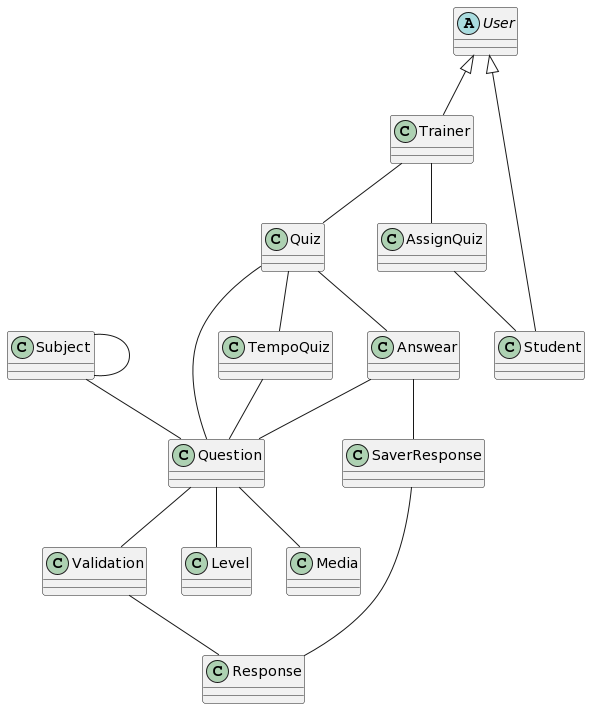
Before: class.png, a diagram exported from PlantUML (aymane-smi/YouQuiz). Its diagram source:
```plantuml
@startuml
class Quiz{}
class Subject{}
class Trainer extends User{}
class Question{}
class Answear{}
abstract class User{}
class Student extends User{}
class Validation{}
class Response{}
class Level{}
class Media{}
class SaverResponse{}
class TempoQuiz{}
class AssignQuiz{}

Quiz -- Question
Subject -- Subject
AssignQuiz -- Student
Quiz -- Answear
Answear -- Question
Question -- Validation
Validation -- Response
Question -- Media
Question -- Level
Quiz -- TempoQuiz
TempoQuiz -- Question
Trainer -- Quiz
Trainer -- AssignQuiz
Answear -- SaverResponse
SaverResponse -- Response
Subject -- Question
@enduml
```
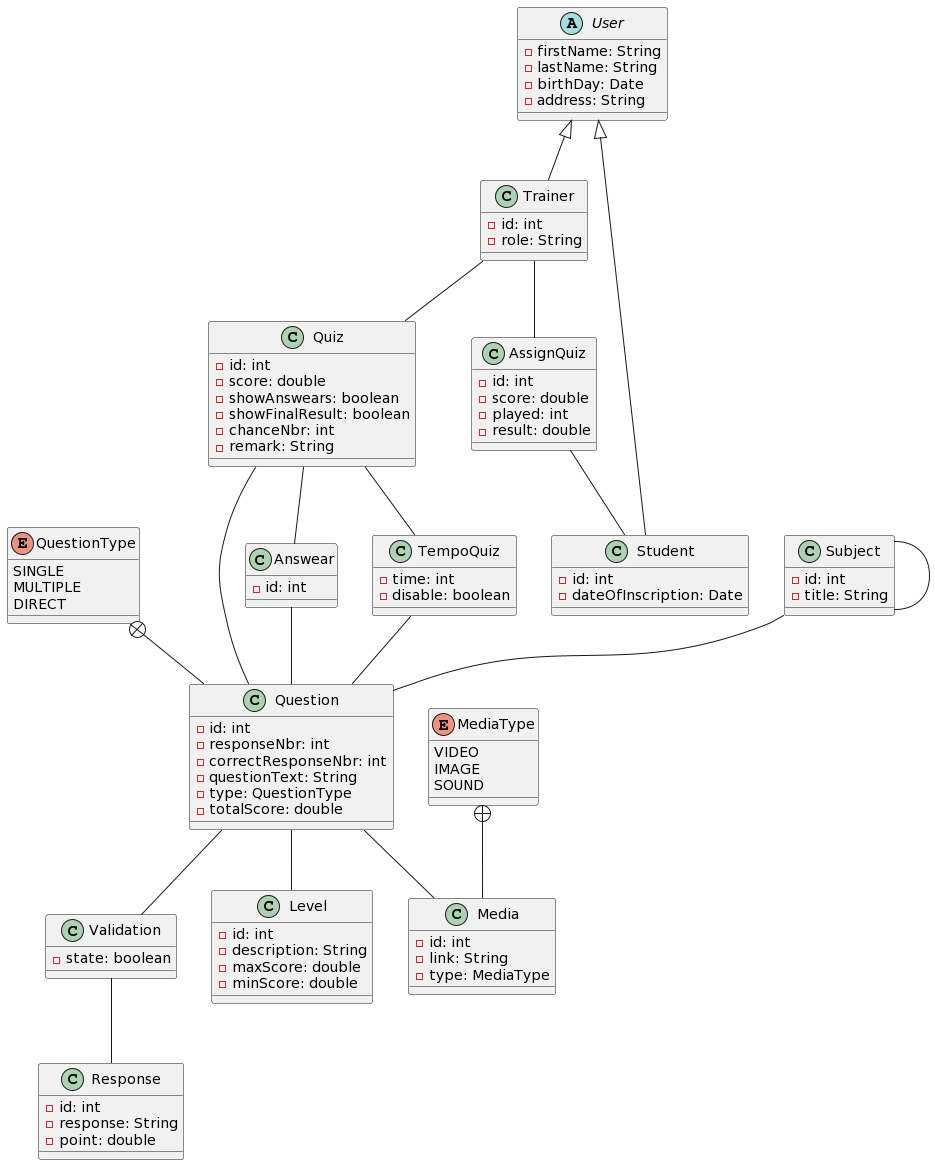
The same diagram one commit later.

Commit message:
add attributes to classes

The edit, as a diff of the source:
```diff
@@ -1,18 +1,80 @@
 @startuml
-class Quiz{}
-class Subject{}
-class Trainer extends User{}
-class Question{}
-class Answear{}
-abstract class User{}
-class Student extends User{}
-class Validation{}
-class Response{}
-class Level{}
-class Media{}
-class SaverResponse{}
-class TempoQuiz{}
-class AssignQuiz{}
+enum QuestionType{
+  SINGLE
+  MULTIPLE
+  DIRECT
+}
+enum MediaType{
+  VIDEO
+  IMAGE
+  SOUND
+}
+class Quiz{
+  - id: int
+  - score: double
+  - showAnswears: boolean
+  - showFinalResult: boolean
+  - chanceNbr: int
+  - remark: String
+}
+class Subject{
+  - id: int
+  - title: String
+}
+class Trainer extends User{
+  - id: int
+  - role: String
+}
+class Question{
+  - id: int
+  - responseNbr: int
+  - correctResponseNbr: int
+  - questionText: String
+  - type: QuestionType
+  - totalScore: double
+}
+class Answear{
+  - id: int
+}
+abstract class User{
+  - firstName: String
+  - lastName: String
+  - birthDay: Date
+  - address: String
+}
+class Student extends User{
+  - id: int
+  - dateOfInscription: Date
+}
+class Validation{
+  - state: boolean
+}
+class Response{
+  - id: int
+  - response: String
+  - point: double
+}
+class Level{
+  - id: int
+  - description: String
+  - maxScore: double
+  - minScore: double
+}
+class Media{
+  - id: int
+  - link: String
+  - type: MediaType
+}
+class TempoQuiz{
+  - time: int
+  - disable: boolean
+}
+class AssignQuiz{
+  - id: int
+  - score: double
+  - played: int
+  - result: double
+}
 
 Quiz -- Question
 Subject -- Subject
@@ -27,7 +89,7 @@
 TempoQuiz -- Question
 Trainer -- Quiz
 Trainer -- AssignQuiz
-Answear -- SaverResponse
-SaverResponse -- Response
 Subject -- Question
+MediaType +-- Media
+QuestionType +-- Question
 @enduml
```
